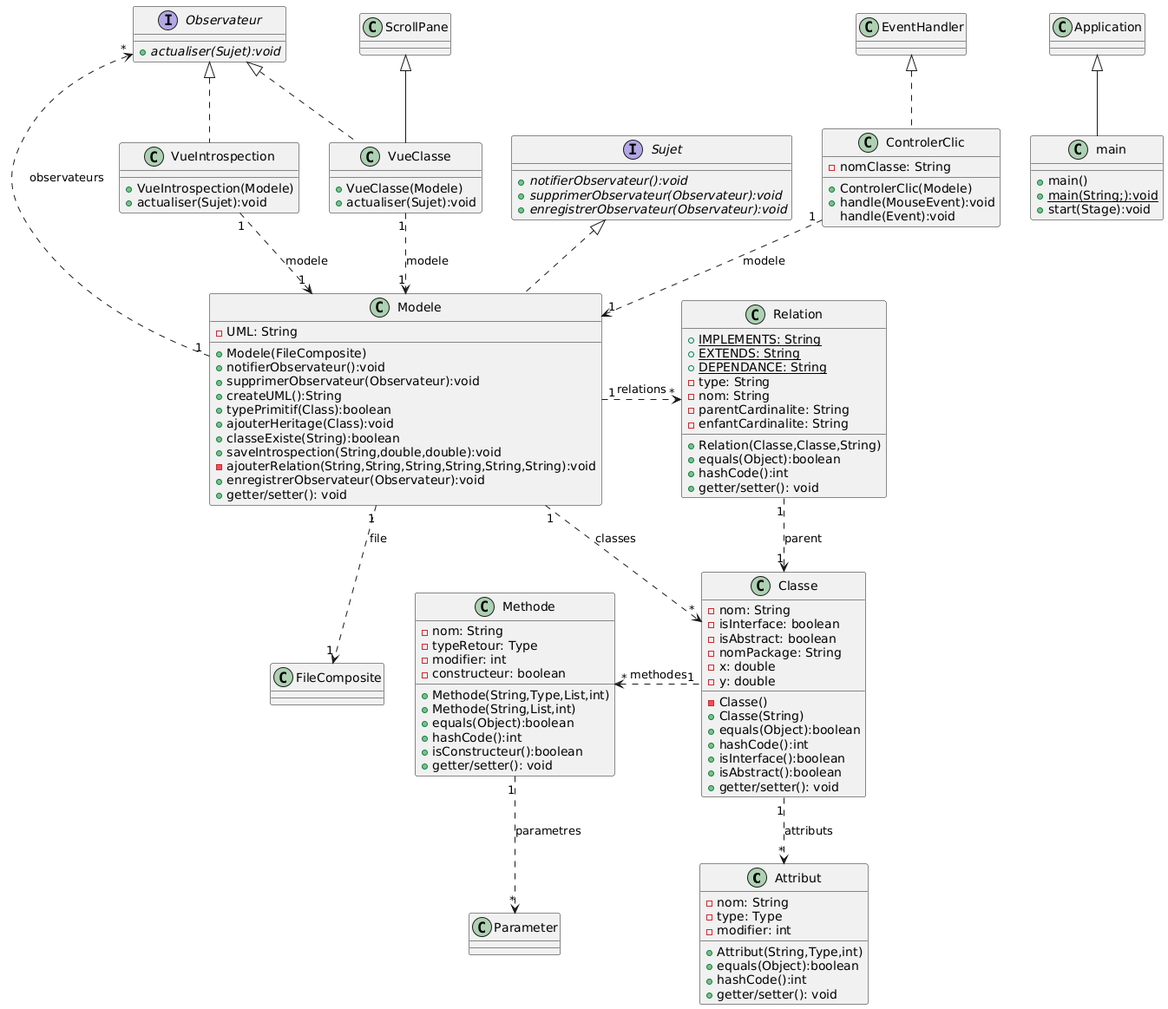
Above: Documents/Iteration2/diagClasseItération2.png in EliasKho/SAE-Plugin_JavaFx (PlantUML), before the change. Source of this version:
```plantuml
@startuml
class Attribut {
-nom: String
-type: Type
-modifier: int
+Attribut(String,Type,int)
+equals(Object):boolean
+hashCode():int
+ getter/setter(): void
}

class Classe {
-nom: String
-isInterface: boolean
-isAbstract: boolean
-nomPackage: String
-x: double
-y: double
-Classe()
+Classe(String)
+equals(Object):boolean
+hashCode():int
+isInterface():boolean
+isAbstract():boolean
+ getter/setter(): void
}

class Methode {
-nom: String
-typeRetour: Type
-modifier: int
-constructeur: boolean
+Methode(String,Type,List,int)
+Methode(String,List,int)
+equals(Object):boolean
+hashCode():int
+isConstructeur():boolean
+ getter/setter(): void
}

class Relation {
+{static} IMPLEMENTS: String
+{static} EXTENDS: String
+{static} DEPENDANCE: String
-type: String
-nom: String
-parentCardinalite: String
-enfantCardinalite: String
+Relation(Classe,Classe,String)
+equals(Object):boolean
+hashCode():int
+ getter/setter(): void
}

class VueClasse {
+VueClasse(Modele)
+actualiser(Sujet):void
}

class main {
+main()
+{static} main(String;):void
+start(Stage):void
}

class Modele {
-UML: String
+Modele(FileComposite)
+notifierObservateur():void
+supprimerObservateur(Observateur):void
+createUML():String
+typePrimitif(Class):boolean
+ajouterHeritage(Class):void
+classeExiste(String):boolean
+saveIntrospection(String,double,double):void
-ajouterRelation(String,String,String,String,String,String):void
+enregistrerObservateur(Observateur):void
+ getter/setter(): void
}

interface Observateur {
+{abstract} actualiser(Sujet):void
}

interface Sujet {
+{abstract} notifierObservateur():void
+{abstract} supprimerObservateur(Observateur):void
+{abstract} enregistrerObservateur(Observateur):void
}

class VueIntrospection {
+VueIntrospection(Modele)
+actualiser(Sujet):void
}

class ControlerClic {
-nomClasse: String
+ControlerClic(Modele)
+handle(MouseEvent):void
handle(Event):void
}

ControlerClic "1" ..> "1" Modele : modele
ControlerClic .u.|> EventHandler : ""
Classe "1" .left.> "*" Methode : methodes
Classe "1" ..> "*" Attribut : attributs
Methode "1" ..> "*" Parameter : parametres
Relation "1" ..> "1" Classe : parent
VueClasse "1" ..> "1" Modele : modele
VueClasse -u-|> ScrollPane : ""
VueClasse .u.|> Observateur : ""
main -u-|> Application : ""
Modele "1" ..> "1" FileComposite : file
Modele "1" ..> "*" Observateur : observateurs
Modele "1" ..> "*" Classe : classes
Modele "1" .right.> "*" Relation : relations
Modele .u.|> Sujet : ""
VueIntrospection "1" ..> "1" Modele : modele
VueIntrospection .u.|> Observateur : ""
@enduml
```
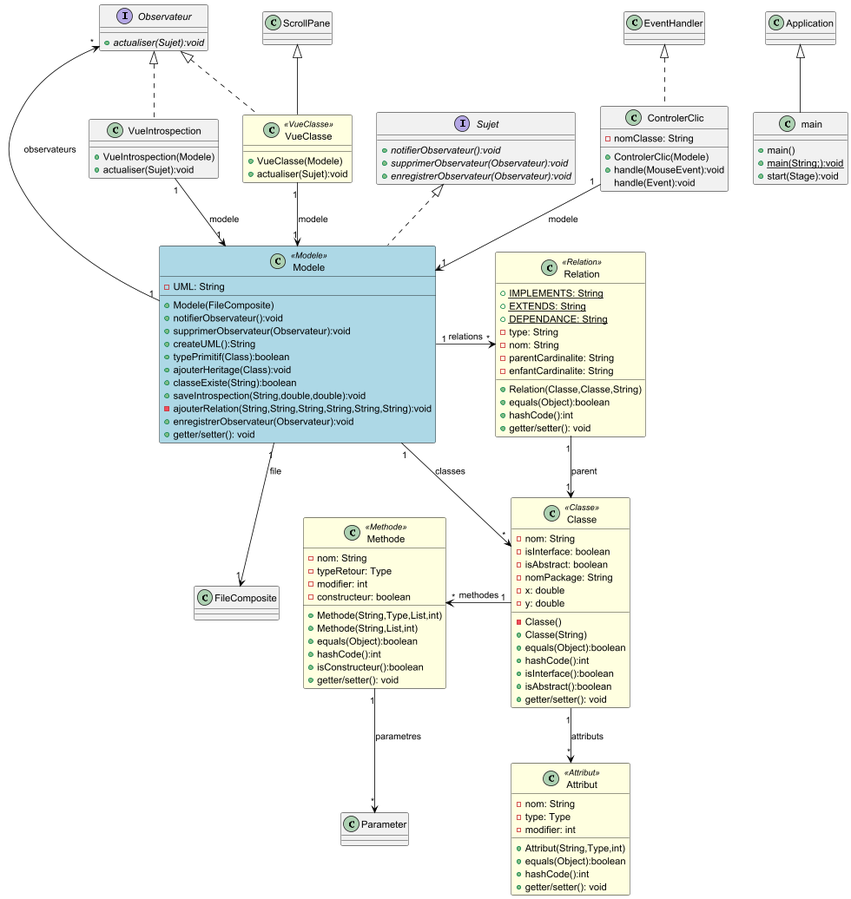
The same file after the commit.

Commit message:
ajout couleurs diagramme

Change to the diagram source:
```diff
@@ -1,120 +1,131 @@
 @startuml
-class Attribut {
--nom: String
--type: Type
--modifier: int
-+Attribut(String,Type,int)
-+equals(Object):boolean
-+hashCode():int
-+ getter/setter(): void
+skinparam class {
+    BackgroundColor<<Classe>> LightYellow
+    BackgroundColor<<Attribut>> LightYellow
+    BackgroundColor<<Methode>> LightYellow
+    BackgroundColor<<Relation>> LightYellow
+    BackgroundColor<<VueClasse>> LightYellow
+    BackgroundColor<<Modele>> LightBlue
+    BorderColor Black
+    ArrowColor Black
 }
 
-class Classe {
--nom: String
--isInterface: boolean
--isAbstract: boolean
--nomPackage: String
--x: double
--y: double
--Classe()
-+Classe(String)
-+equals(Object):boolean
-+hashCode():int
-+isInterface():boolean
-+isAbstract():boolean
-+ getter/setter(): void
+class Attribut <<Attribut>> {
+    -nom: String
+    -type: Type
+    -modifier: int
+    +Attribut(String,Type,int)
+    +equals(Object):boolean
+    +hashCode():int
+    + getter/setter(): void
 }
 
-class Methode {
--nom: String
--typeRetour: Type
--modifier: int
--constructeur: boolean
-+Methode(String,Type,List,int)
-+Methode(String,List,int)
-+equals(Object):boolean
-+hashCode():int
-+isConstructeur():boolean
-+ getter/setter(): void
+class Classe <<Classe>> {
+    -nom: String
+    -isInterface: boolean
+    -isAbstract: boolean
+    -nomPackage: String
+    -x: double
+    -y: double
+    -Classe()
+    +Classe(String)
+    +equals(Object):boolean
+    +hashCode():int
+    +isInterface():boolean
+    +isAbstract():boolean
+    + getter/setter(): void
 }
 
-class Relation {
-+{static} IMPLEMENTS: String
-+{static} EXTENDS: String
-+{static} DEPENDANCE: String
--type: String
--nom: String
--parentCardinalite: String
--enfantCardinalite: String
-+Relation(Classe,Classe,String)
-+equals(Object):boolean
-+hashCode():int
-+ getter/setter(): void
+class Methode <<Methode>> {
+    -nom: String
+    -typeRetour: Type
+    -modifier: int
+    -constructeur: boolean
+    +Methode(String,Type,List,int)
+    +Methode(String,List,int)
+    +equals(Object):boolean
+    +hashCode():int
+    +isConstructeur():boolean
+    + getter/setter(): void
 }
 
-class VueClasse {
-+VueClasse(Modele)
-+actualiser(Sujet):void
+class Relation <<Relation>> {
+    +{static} IMPLEMENTS: String
+    +{static} EXTENDS: String
+    +{static} DEPENDANCE: String
+    -type: String
+    -nom: String
+    -parentCardinalite: String
+    -enfantCardinalite: String
+    +Relation(Classe,Classe,String)
+    +equals(Object):boolean
+    +hashCode():int
+    + getter/setter(): void
+}
+
+class VueClasse <<VueClasse>> {
+    +VueClasse(Modele)
+    +actualiser(Sujet):void
 }
 
 class main {
-+main()
-+{static} main(String;):void
-+start(Stage):void
+    +main()
+    +{static} main(String;):void
+    +start(Stage):void
 }
 
-class Modele {
--UML: String
-+Modele(FileComposite)
-+notifierObservateur():void
-+supprimerObservateur(Observateur):void
-+createUML():String
-+typePrimitif(Class):boolean
-+ajouterHeritage(Class):void
-+classeExiste(String):boolean
-+saveIntrospection(String,double,double):void
--ajouterRelation(String,String,String,String,String,String):void
-+enregistrerObservateur(Observateur):void
-+ getter/setter(): void
+class Modele <<Modele>> {
+    -UML: String
+    +Modele(FileComposite)
+    +notifierObservateur():void
+    +supprimerObservateur(Observateur):void
+    +createUML():String
+    +typePrimitif(Class):boolean
+    +ajouterHeritage(Class):void
+    +classeExiste(String):boolean
+    +saveIntrospection(String,double,double):void
+    -ajouterRelation(String,String,String,String,String,String):void
+    +enregistrerObservateur(Observateur):void
+    + getter/setter(): void
 }
 
 interface Observateur {
-+{abstract} actualiser(Sujet):void
+    +{abstract} actualiser(Sujet):void
 }
 
 interface Sujet {
-+{abstract} notifierObservateur():void
-+{abstract} supprimerObservateur(Observateur):void
-+{abstract} enregistrerObservateur(Observateur):void
+    +{abstract} notifierObservateur():void
+    +{abstract} supprimerObservateur(Observateur):void
+    +{abstract} enregistrerObservateur(Observateur):void
 }
 
 class VueIntrospection {
-+VueIntrospection(Modele)
-+actualiser(Sujet):void
+    +VueIntrospection(Modele)
+    +actualiser(Sujet):void
 }
 
 class ControlerClic {
--nomClasse: String
-+ControlerClic(Modele)
-+handle(MouseEvent):void
-handle(Event):void
+    -nomClasse: String
+    +ControlerClic(Modele)
+    +handle(MouseEvent):void
+    handle(Event):void
 }
 
-ControlerClic "1" ..> "1" Modele : modele
+ControlerClic "1" --> "1" Modele : modele
 ControlerClic .u.|> EventHandler : ""
-Classe "1" .left.> "*" Methode : methodes
-Classe "1" ..> "*" Attribut : attributs
-Methode "1" ..> "*" Parameter : parametres
-Relation "1" ..> "1" Classe : parent
-VueClasse "1" ..> "1" Modele : modele
+Classe "1" -left-> "*" Methode : methodes
+Classe "1" --> "*" Attribut : attributs
+Methode "1" --> "*" Parameter : parametres
+Relation "1" --> "1" Classe : parent
+VueClasse "1" --> "1" Modele : modele
 VueClasse -u-|> ScrollPane : ""
 VueClasse .u.|> Observateur : ""
 main -u-|> Application : ""
-Modele "1" ..> "1" FileComposite : file
-Modele "1" ..> "*" Observateur : observateurs
-Modele "1" ..> "*" Classe : classes
-Modele "1" .right.> "*" Relation : relations
+Modele "1" --> "1" FileComposite : file
+Modele "1" --> "*" Observateur : observateurs
+Modele "1" --> "*" Classe : classes
+Modele "1" -right-> "*" Relation : relations
 Modele .u.|> Sujet : ""
-VueIntrospection "1" ..> "1" Modele : modele
+VueIntrospection "1" --> "1" Modele : modele
 VueIntrospection .u.|> Observateur : ""
 @enduml
```
